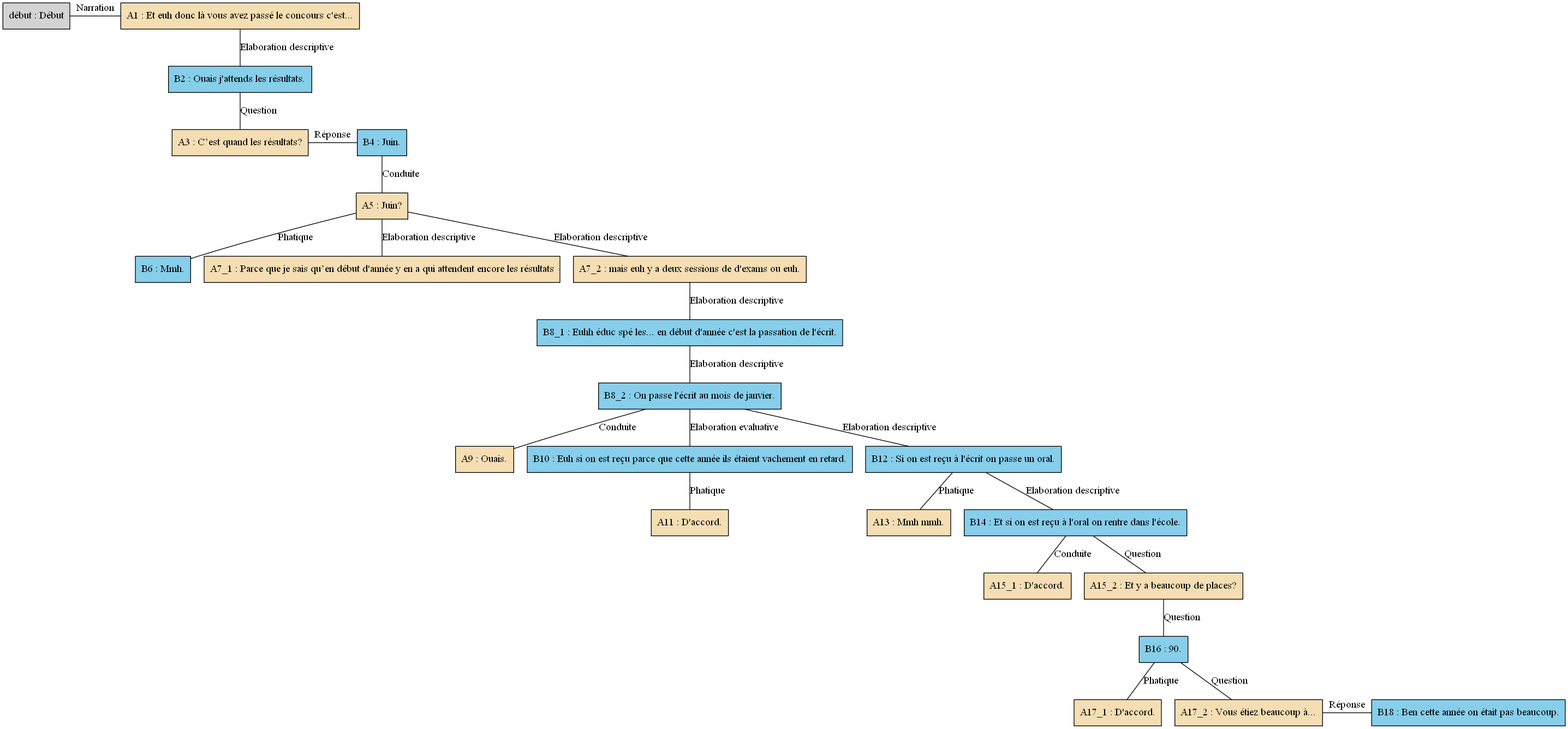
This is arbres/Concours/Concours_-_A03.gv.png from AlaixComet/AnnotationSlamPTut, a Graphviz export, as it was before one commit. Its source is kept beside it as arbres/Concours/Concours_-_A03.gv. The source it was exported from:
```dot
digraph A03 {
	node [shape=box style=filled]
	"début" [label="début : Début"]
	A1 [label="A1 : Et euh donc là vous avez passé le concours c'est..." fillcolor=wheat]
	B2 [label="B2 : Ouais j'attends les résultats." fillcolor=skyblue]
	A3 [label="A3 : C’est quand les résultats?" fillcolor=wheat]
	B4 [label="B4 : Juin." fillcolor=skyblue]
	A5 [label="A5 : Juin?" fillcolor=wheat]
	B6 [label="B6 : Mmh." fillcolor=skyblue]
	A7_1 [label="A7_1 : Parce que je sais qu’en début d'année y en a qui attendent encore les résultats" fillcolor=wheat]
	A7_2 [label="A7_2 : mais euh y a deux sessions de d'exams ou euh." fillcolor=wheat]
	B8_1 [label="B8_1 : Euhh éduc spé les... en début d'année c'est la passation de l'écrit." fillcolor=skyblue]
	B8_2 [label="B8_2 : On passe l'écrit au mois de janvier." fillcolor=skyblue]
	A9 [label="A9 : Ouais." fillcolor=wheat]
	B10 [label="B10 : Euh si on est reçu parce que cette année ils étaient vachement en retard." fillcolor=skyblue]
	A11 [label="A11 : D'accord." fillcolor=wheat]
	B12 [label="B12 : Si on est reçu à l'écrit on passe un oral." fillcolor=skyblue]
	A13 [label="A13 : Mmh mmh." fillcolor=wheat]
	B14 [label="B14 : Et si on est reçu à l'oral on rentre dans l'école." fillcolor=skyblue]
	A15_1 [label="A15_1 : D'accord." fillcolor=wheat]
	A15_2 [label="A15_2 : Et y a beaucoup de places?" fillcolor=wheat]
	B16 [label="B16 : 90." fillcolor=skyblue]
	A17_1 [label="A17_1 : D'accord." fillcolor=wheat]
	A17_2 [label="A17_2 : Vous étiez beaucoup à..." fillcolor=wheat]
	B18 [label="B18 : Ben cette année on était pas beaucoup." fillcolor=skyblue]
	{
		rank=same
		"début"
		A1
		"début" -> A1 [label=Narration dir=none]
	}
	A1 -> B2 [label="Elaboration descriptive" dir=none]
	B2 -> A3 [label=Question dir=none]
	{
		rank=same
		A3
		B4
		A3 -> B4 [label="Réponse" dir=none]
	}
	B4 -> A5 [label=Conduite dir=none]
	A5 -> B6 [label=Phatique dir=none]
	A5 -> A7_1 [label="Elaboration descriptive" dir=none]
	A5 -> A7_2 [label="Elaboration descriptive" dir=none]
	A7_2 -> B8_1 [label="Elaboration descriptive" dir=none]
	B8_1 -> B8_2 [label="Elaboration descriptive" dir=none]
	B8_2 -> A9 [label=Conduite dir=none]
	B8_2 -> B10 [label="Elaboration evaluative" dir=none]
	B10 -> A11 [label=Phatique dir=none]
	B8_2 -> B12 [label="Elaboration descriptive" dir=none]
	B12 -> A13 [label=Phatique dir=none]
	B12 -> B14 [label="Elaboration descriptive" dir=none]
	B14 -> A15_1 [label=Conduite dir=none]
	B14 -> A15_2 [label=Question dir=none]
	A15_2 -> B16 [label=Question dir=none]
	B16 -> A17_1 [label=Phatique dir=none]
	B16 -> A17_2 [label=Question dir=none]
	{
		rank=same
		A17_2
		B18
		A17_2 -> B18 [label="Réponse" dir=none]
	}
}
```
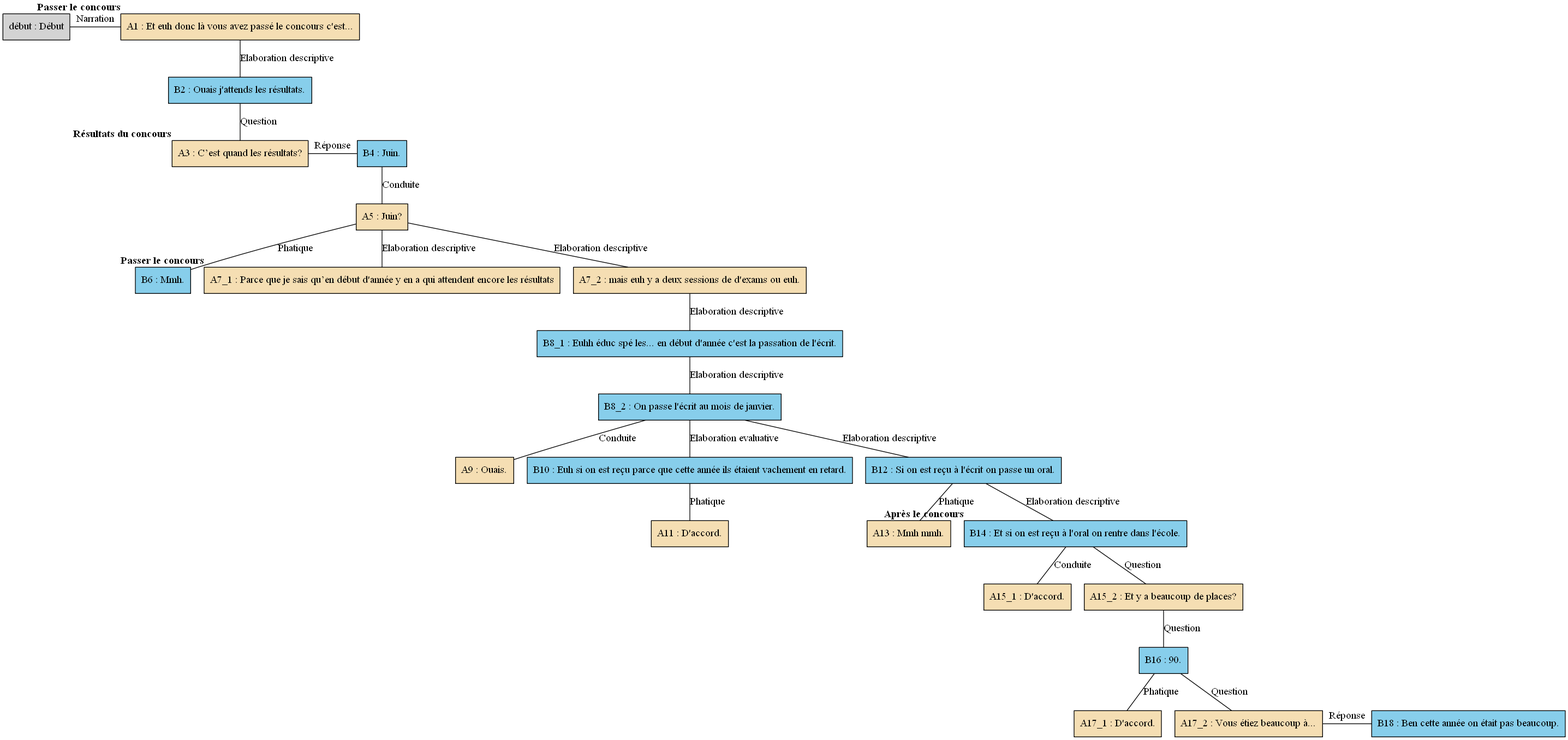
After the change.

Diff of the diagram source:
```diff
@@ -1,28 +1,28 @@
 digraph A03 {
 	node [shape=box style=filled]
-	"début" [label="début : Début"]
-	A1 [label="A1 : Et euh donc là vous avez passé le concours c'est..." fillcolor=wheat]
-	B2 [label="B2 : Ouais j'attends les résultats." fillcolor=skyblue]
-	A3 [label="A3 : C’est quand les résultats?" fillcolor=wheat]
-	B4 [label="B4 : Juin." fillcolor=skyblue]
-	A5 [label="A5 : Juin?" fillcolor=wheat]
-	B6 [label="B6 : Mmh." fillcolor=skyblue]
-	A7_1 [label="A7_1 : Parce que je sais qu’en début d'année y en a qui attendent encore les résultats" fillcolor=wheat]
-	A7_2 [label="A7_2 : mais euh y a deux sessions de d'exams ou euh." fillcolor=wheat]
-	B8_1 [label="B8_1 : Euhh éduc spé les... en début d'année c'est la passation de l'écrit." fillcolor=skyblue]
-	B8_2 [label="B8_2 : On passe l'écrit au mois de janvier." fillcolor=skyblue]
-	A9 [label="A9 : Ouais." fillcolor=wheat]
-	B10 [label="B10 : Euh si on est reçu parce que cette année ils étaient vachement en retard." fillcolor=skyblue]
-	A11 [label="A11 : D'accord." fillcolor=wheat]
-	B12 [label="B12 : Si on est reçu à l'écrit on passe un oral." fillcolor=skyblue]
-	A13 [label="A13 : Mmh mmh." fillcolor=wheat]
-	B14 [label="B14 : Et si on est reçu à l'oral on rentre dans l'école." fillcolor=skyblue]
-	A15_1 [label="A15_1 : D'accord." fillcolor=wheat]
-	A15_2 [label="A15_2 : Et y a beaucoup de places?" fillcolor=wheat]
-	B16 [label="B16 : 90." fillcolor=skyblue]
-	A17_1 [label="A17_1 : D'accord." fillcolor=wheat]
-	A17_2 [label="A17_2 : Vous étiez beaucoup à..." fillcolor=wheat]
-	B18 [label="B18 : Ben cette année on était pas beaucoup." fillcolor=skyblue]
+	"début" [label="début : Début" xlabel=""]
+	A1 [label="A1 : Et euh donc là vous avez passé le concours c'est..." fillcolor=wheat xlabel=<<B>Passer le concours</B>>]
+	B2 [label="B2 : Ouais j'attends les résultats." fillcolor=skyblue xlabel=""]
+	A3 [label="A3 : C’est quand les résultats?" fillcolor=wheat xlabel=<<B>Résultats du concours</B>>]
+	B4 [label="B4 : Juin." fillcolor=skyblue xlabel=""]
+	A5 [label="A5 : Juin?" fillcolor=wheat xlabel=""]
+	B6 [label="B6 : Mmh." fillcolor=skyblue xlabel=""]
+	A7_1 [label="A7_1 : Parce que je sais qu’en début d'année y en a qui attendent encore les résultats" fillcolor=wheat xlabel=<<B>Passer le concours</B>>]
+	A7_2 [label="A7_2 : mais euh y a deux sessions de d'exams ou euh." fillcolor=wheat xlabel=""]
+	B8_1 [label="B8_1 : Euhh éduc spé les... en début d'année c'est la passation de l'écrit." fillcolor=skyblue xlabel=""]
+	B8_2 [label="B8_2 : On passe l'écrit au mois de janvier." fillcolor=skyblue xlabel=""]
+	A9 [label="A9 : Ouais." fillcolor=wheat xlabel=""]
+	B10 [label="B10 : Euh si on est reçu parce que cette année ils étaient vachement en retard." fillcolor=skyblue xlabel=""]
+	A11 [label="A11 : D'accord." fillcolor=wheat xlabel=""]
+	B12 [label="B12 : Si on est reçu à l'écrit on passe un oral." fillcolor=skyblue xlabel=""]
+	A13 [label="A13 : Mmh mmh." fillcolor=wheat xlabel=""]
+	B14 [label="B14 : Et si on est reçu à l'oral on rentre dans l'école." fillcolor=skyblue xlabel=<<B>Après le concours</B>>]
+	A15_1 [label="A15_1 : D'accord." fillcolor=wheat xlabel=""]
+	A15_2 [label="A15_2 : Et y a beaucoup de places?" fillcolor=wheat xlabel=""]
+	B16 [label="B16 : 90." fillcolor=skyblue xlabel=""]
+	A17_1 [label="A17_1 : D'accord." fillcolor=wheat xlabel=""]
+	A17_2 [label="A17_2 : Vous étiez beaucoup à..." fillcolor=wheat xlabel=""]
+	B18 [label="B18 : Ben cette année on était pas beaucoup." fillcolor=skyblue xlabel=""]
 	{
 		rank=same
 		"début"
```
